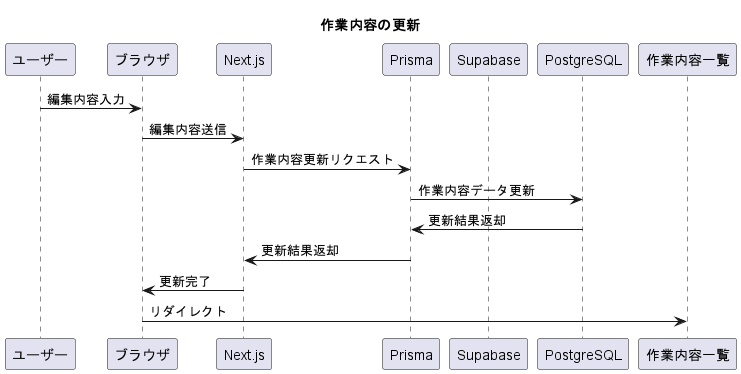
Before: uml/out/angerLog/funcCategoryUpdate/funcCategoryUpdate.png, a diagram exported from PlantUML (washogo/angerLogApp). The source it was exported from:
```plantuml
@startuml funcCategoryUpdate
title "作業内容の更新"
participant ユーザー
participant ブラウザ
participant Next.js
participant Prisma
participant Supabase
participant PostgreSQL
participant 作業内容一覧

ユーザー -> ブラウザ: 編集内容入力
ブラウザ -> Next.js: 編集内容送信
Next.js -> Prisma: 作業内容更新リクエスト
Prisma -> PostgreSQL: 作業内容データ更新
PostgreSQL -> Prisma: 更新結果返却
Prisma -> Next.js: 更新結果返却
Next.js -> ブラウザ: 更新完了
ブラウザ -> 作業内容一覧: リダイレクト
@enduml
```
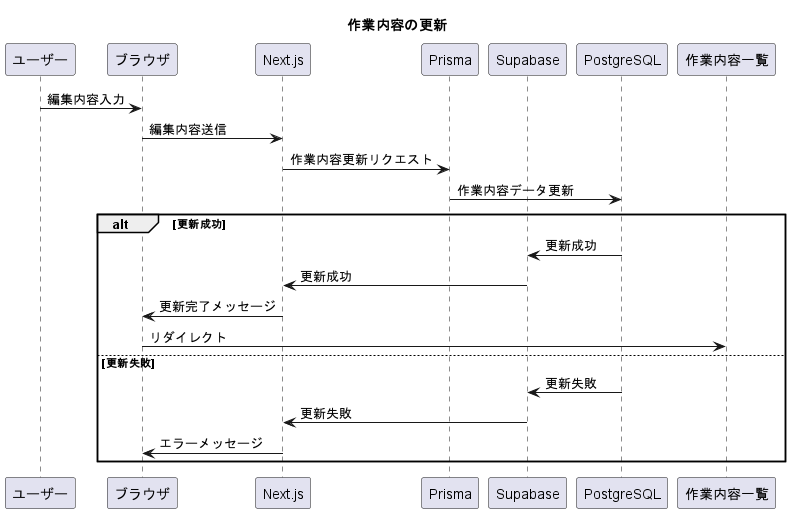
The same diagram one commit later.

Diff of the diagram source:
```diff
@@ -12,8 +12,14 @@
 ブラウザ -> Next.js: 編集内容送信
 Next.js -> Prisma: 作業内容更新リクエスト
 Prisma -> PostgreSQL: 作業内容データ更新
-PostgreSQL -> Prisma: 更新結果返却
-Prisma -> Next.js: 更新結果返却
-Next.js -> ブラウザ: 更新完了
+alt 更新成功
+PostgreSQL -> Supabase: 更新成功
+  Supabase -> Next.js: 更新成功
+  Next.js -> ブラウザ: 更新完了メッセージ
 ブラウザ -> 作業内容一覧: リダイレクト
+else 更新失敗
+  PostgreSQL -> Supabase: 更新失敗
+  Supabase -> Next.js: 更新失敗
+  Next.js -> ブラウザ: エラーメッセージ
+end
 @enduml
```
